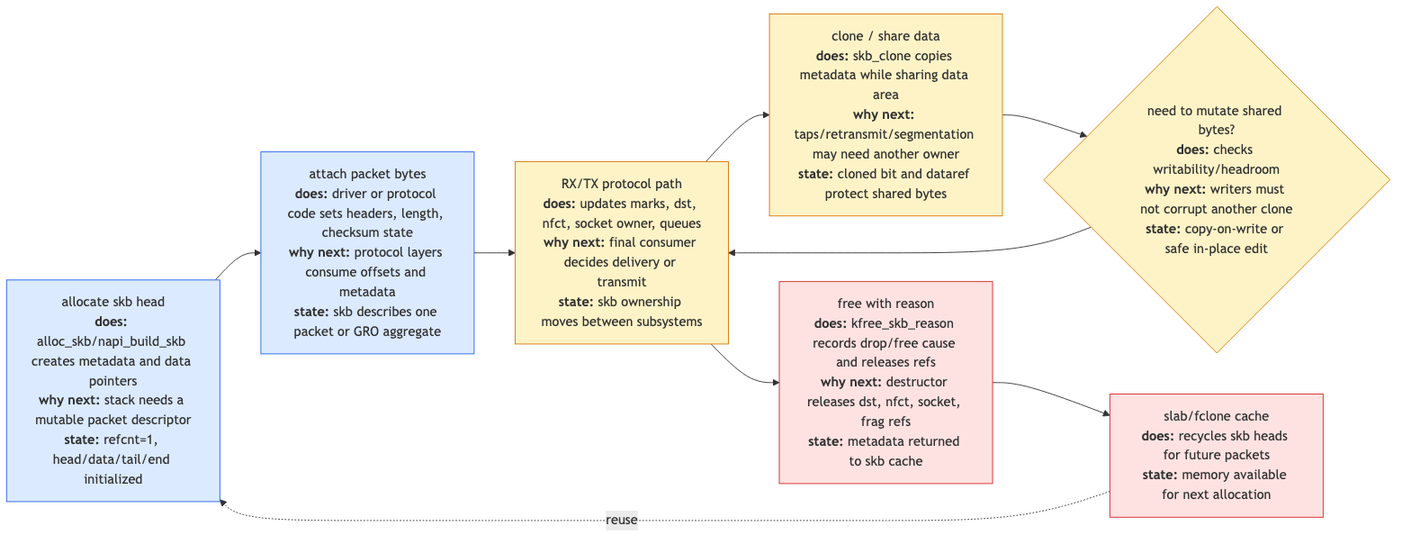
Before: linux-net/src/diagrams/day01_skb_lifecycle.png, a diagram exported from Mermaid (biefy/books). Its source is kept beside it as linux-net/src/diagrams/src/day01_skb_lifecycle.mmd.
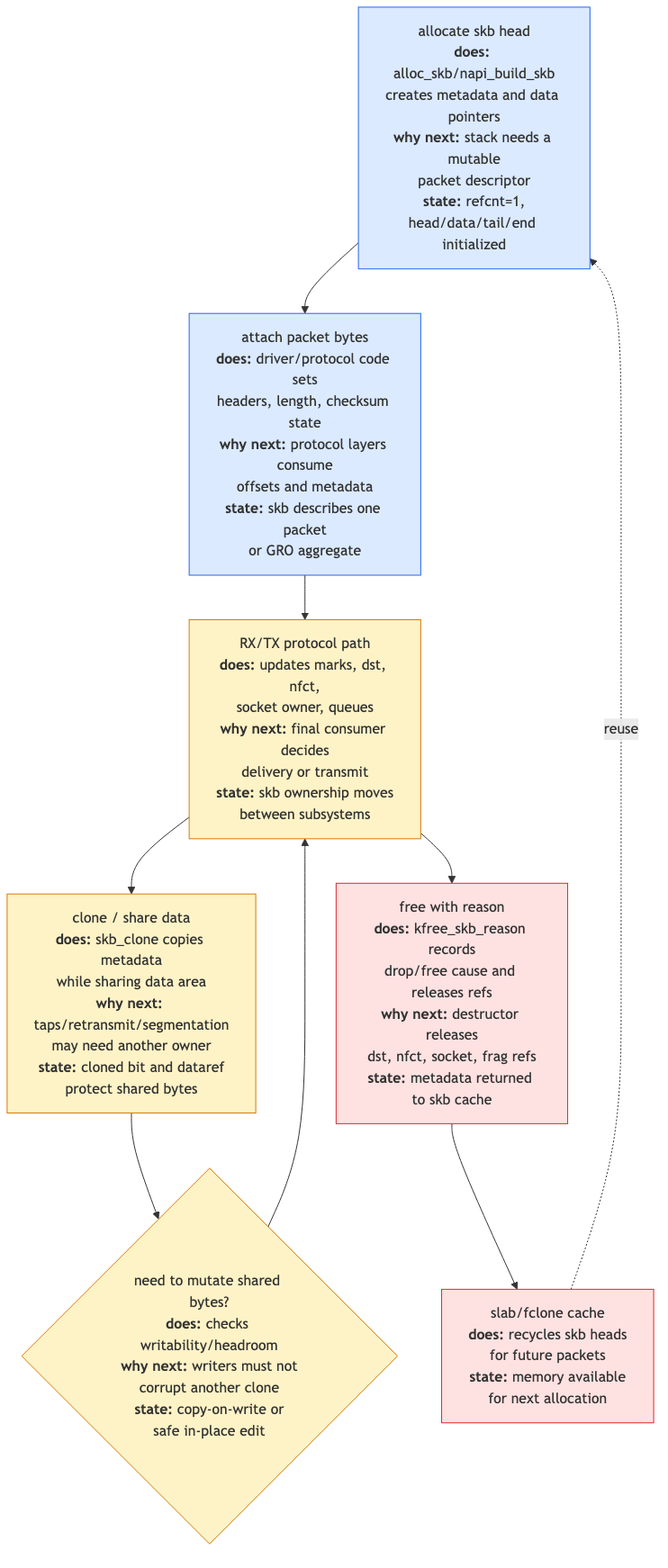
After the change.

The edit, as a diff of the source:
```diff
@@ -1,11 +1,11 @@
-flowchart LR
-    Alloc["allocate skb head<br/><b>does:</b> alloc_skb/napi_build_skb creates metadata and data pointers<br/><b>why next:</b> stack needs a mutable packet descriptor<br/><b>state:</b> refcnt=1, head/data/tail/end initialized"]
-    Fill["attach packet bytes<br/><b>does:</b> driver or protocol code sets headers, length, checksum state<br/><b>why next:</b> protocol layers consume offsets and metadata<br/><b>state:</b> skb describes one packet or GRO aggregate"]
-    Share["clone / share data<br/><b>does:</b> skb_clone copies metadata while sharing data area<br/><b>why next:</b> taps/retransmit/segmentation may need another owner<br/><b>state:</b> cloned bit and dataref protect shared bytes"]
-    Mutate{"need to mutate shared bytes?<br/><b>does:</b> checks writability/headroom<br/><b>why next:</b> writers must not corrupt another clone<br/><b>state:</b> copy-on-write or safe in-place edit"}
-    Use["RX/TX protocol path<br/><b>does:</b> updates marks, dst, nfct, socket owner, queues<br/><b>why next:</b> final consumer decides delivery or transmit<br/><b>state:</b> skb ownership moves between subsystems"]
-    Drop["free with reason<br/><b>does:</b> kfree_skb_reason records drop/free cause and releases refs<br/><b>why next:</b> destructor releases dst, nfct, socket, frag refs<br/><b>state:</b> metadata returned to skb cache"]
-    Cache["slab/fclone cache<br/><b>does:</b> recycles skb heads for future packets<br/><b>state:</b> memory available for next allocation"]
+flowchart TD
+    Alloc["allocate skb head<br/><b>does:</b> alloc_skb/napi_build_skb<br/>creates metadata and data pointers<br/><b>why next:</b> stack needs a mutable<br/>packet descriptor<br/><b>state:</b> refcnt=1,<br/>head/data/tail/end initialized"]
+    Fill["attach packet bytes<br/><b>does:</b> driver/protocol code sets<br/>headers, length, checksum state<br/><b>why next:</b> protocol layers consume<br/>offsets and metadata<br/><b>state:</b> skb describes one packet<br/>or GRO aggregate"]
+    Share["clone / share data<br/><b>does:</b> skb_clone copies metadata<br/>while sharing data area<br/><b>why next:</b> taps/retransmit/segmentation<br/>may need another owner<br/><b>state:</b> cloned bit and dataref<br/>protect shared bytes"]
+    Mutate{"need to mutate shared bytes?<br/><b>does:</b> checks writability/headroom<br/><b>why next:</b> writers must not<br/>corrupt another clone<br/><b>state:</b> copy-on-write or<br/>safe in-place edit"}
+    Use["RX/TX protocol path<br/><b>does:</b> updates marks, dst, nfct,<br/>socket owner, queues<br/><b>why next:</b> final consumer decides<br/>delivery or transmit<br/><b>state:</b> skb ownership moves<br/>between subsystems"]
+    Drop["free with reason<br/><b>does:</b> kfree_skb_reason records<br/>drop/free cause and releases refs<br/><b>why next:</b> destructor releases<br/>dst, nfct, socket, frag refs<br/><b>state:</b> metadata returned to skb cache"]
+    Cache["slab/fclone cache<br/><b>does:</b> recycles skb heads<br/>for future packets<br/><b>state:</b> memory available<br/>for next allocation"]
 
     Alloc --> Fill --> Use
     Use --> Share --> Mutate --> Use
```
